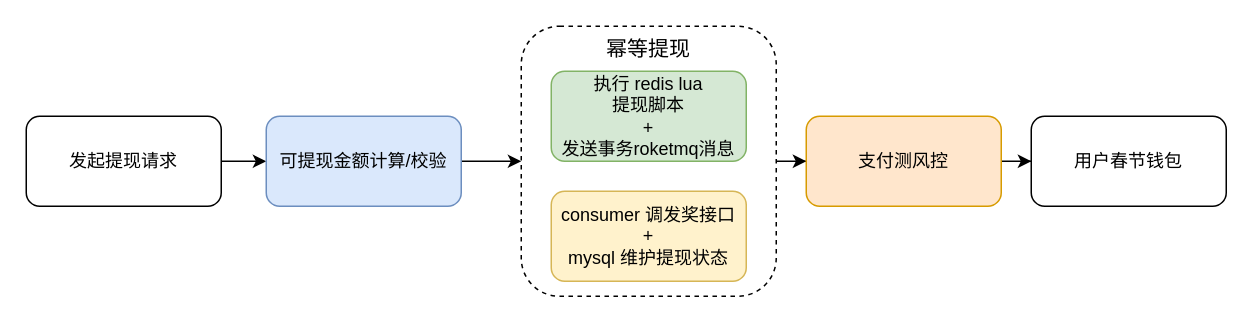
Earlier version of the draw.io diagram 提现流程.drawio (jfeign/draw.io). Source tidied: cells renumbered, new cells numbered last; positions are measured from the earlier drawing's top-left corner, leaving out a move shared by most shapes. Both pictures are drawn from the tidied source at 150%, with x=0, y=0 at pixel (26, 26).
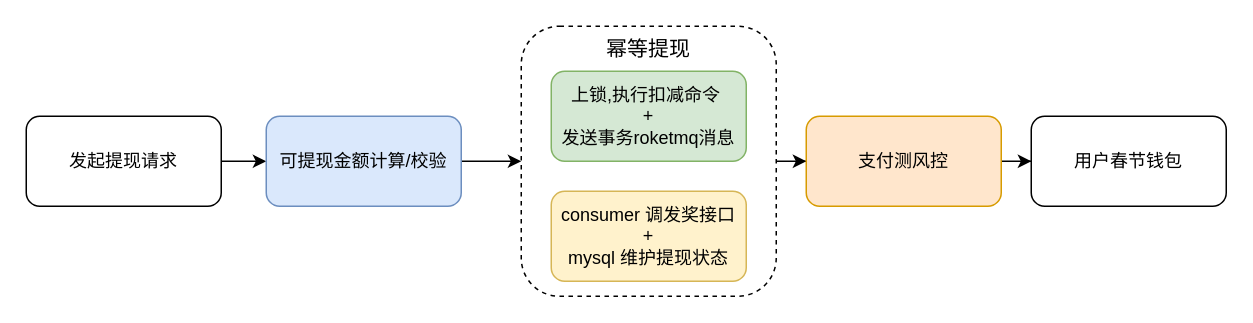
Above is the later version.

Commit message:
更新提现流程.drawio

Change to the diagram source:
```diff
@@
 <mxGraphModel>
   <root>
     <mxCell id="0" />
     <mxCell id="1" parent="0" />
     <mxCell id="2" style="edgeStyle=orthogonalEdgeStyle;rounded=0;jettySize=auto;html=1;entryX=0;entryY=0.5;entryDx=0;entryDy=0;fontSize=14;" parent="1" edge="1" source="3" target="11">
       <mxGeometry relative="1" as="geometry" />
     </mxCell>
     <mxCell id="3" value="幂等提现" style="rounded=1;whiteSpace=wrap;html=1;fontSize=14;dashed=1;verticalAlign=top;" parent="1" vertex="1">
       <mxGeometry x="330" width="170" height="180" as="geometry" />
     </mxCell>
     <mxCell id="4" style="edgeStyle=orthogonalEdgeStyle;rounded=0;jettySize=auto;html=1;fontSize=14;entryX=0;entryY=0.5;entryDx=0;entryDy=0;" parent="1" edge="1" source="5" target="9">
       <mxGeometry relative="1" as="geometry" />
     </mxCell>
     <mxCell id="5" value="发起提现请求" style="rounded=1;whiteSpace=wrap;html=1;" parent="1" vertex="1">
       <mxGeometry y="60" width="130" height="60" as="geometry" />
     </mxCell>
     <mxCell id="6" style="edgeStyle=orthogonalEdgeStyle;rounded=0;jettySize=auto;html=1;entryX=0;entryY=0.5;entryDx=0;entryDy=0;fontSize=14;exitX=1;exitY=0.5;exitDx=0;exitDy=0;" parent="1" edge="1" source="9" target="3">
       <mxGeometry relative="1" as="geometry" />
     </mxCell>
-    <mxCell id="7" value="执行 redis lua&lt;br&gt;提现脚本&lt;br&gt;+&lt;br&gt;发送事务roketmq消息" style="rounded=1;whiteSpace=wrap;html=1;fillColor=#d5e8d4;strokeColor=#82b366;" parent="1" vertex="1">
+    <mxCell id="7" value="上锁,执行扣减命令&amp;nbsp;&lt;br&gt;+&lt;br&gt;发送事务roketmq消息" style="rounded=1;whiteSpace=wrap;html=1;fillColor=#d5e8d4;strokeColor=#82b366;" parent="1" vertex="1">
       <mxGeometry x="350" y="30" width="130" height="60" as="geometry" />
     </mxCell>
     <mxCell id="8" value="consumer 调发奖接口&lt;br&gt;+&lt;br&gt;mysql 维护提现状态" style="rounded=1;whiteSpace=wrap;html=1;fillColor=#fff2cc;strokeColor=#d6b656;" parent="1" vertex="1">
       <mxGeometry x="350" y="110" width="130" height="60" as="geometry" />
     </mxCell>
     <mxCell id="9" value="可提现金额计算/校验" style="rounded=1;whiteSpace=wrap;html=1;fillColor=#dae8fc;strokeColor=#6c8ebf;" parent="1" vertex="1">
       <mxGeometry x="160" y="60" width="130" height="60" as="geometry" />
     </mxCell>
     <mxCell id="10" style="edgeStyle=orthogonalEdgeStyle;rounded=0;jettySize=auto;html=1;entryX=0;entryY=0.5;entryDx=0;entryDy=0;fontSize=14;" parent="1" edge="1" source="11" target="12">
       <mxGeometry relative="1" as="geometry" />
     </mxCell>
     <mxCell id="11" value="支付测风控" style="rounded=1;whiteSpace=wrap;html=1;fillColor=#ffe6cc;strokeColor=#d79b00;" parent="1" vertex="1">
       <mxGeometry x="520" y="60" width="130" height="60" as="geometry" />
     </mxCell>
     <mxCell id="12" value="用户春节钱包" style="rounded=1;whiteSpace=wrap;html=1;" parent="1" vertex="1">
       <mxGeometry x="670" y="60" width="130" height="60" as="geometry" />
     </mxCell>
   </root>
 </mxGraphModel>
```
